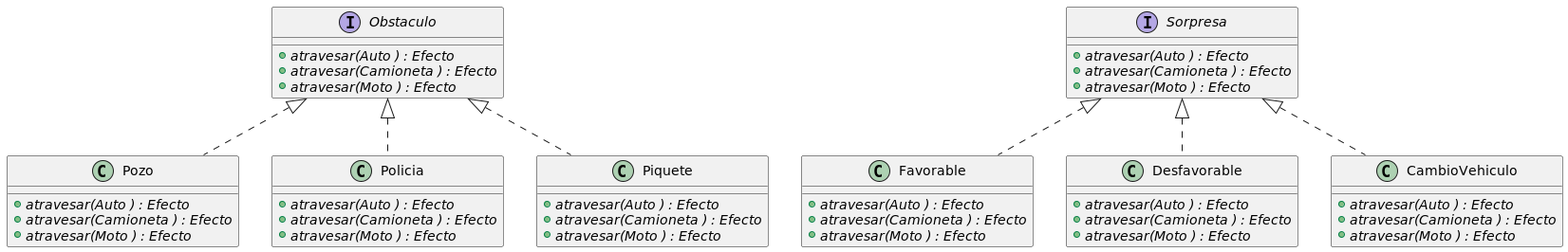
Before: diagrams/classes/diagramaClases3.png, a diagram exported from PlantUML (JorgeSedek/algo3_tp2).
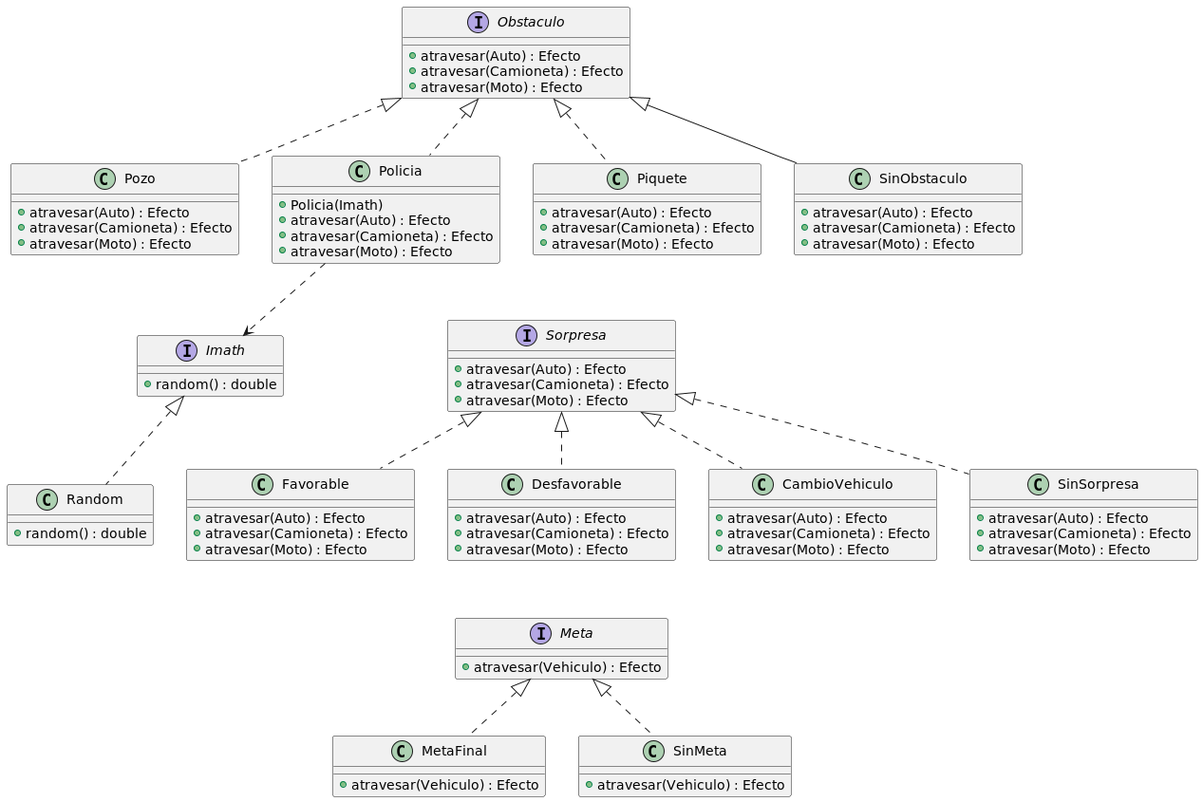
After the change.

Commit message:
Agrego diagramas de clases

What changed in the source:
```diff
@@ -1,58 +1,98 @@
 @startuml
 interface Obstaculo{
- +    atravesar(Auto ) : Efecto {abstract}
-   +  atravesar(Camioneta ) : Efecto {abstract}
-    + atravesar(Moto ) : Efecto {abstract}
+    + atravesar(Auto) : Efecto
+    + atravesar(Camioneta) : Efecto
+    + atravesar(Moto) : Efecto
 }
 
 class Pozo{
- +    atravesar(Auto ) : Efecto {abstract}
-   +  atravesar(Camioneta ) : Efecto {abstract}
-    + atravesar(Moto ) : Efecto {abstract}
+    + atravesar(Auto) : Efecto
+    + atravesar(Camioneta) : Efecto
+    + atravesar(Moto) : Efecto
 }
 
 class Policia{
- +    atravesar(Auto ) : Efecto {abstract}
-   +  atravesar(Camioneta ) : Efecto {abstract}
-    + atravesar(Moto ) : Efecto {abstract}
+    + Policia(Imath)
+    + atravesar(Auto) : Efecto
+    + atravesar(Camioneta) : Efecto
+    + atravesar(Moto) : Efecto
 }
 
 class Piquete{
- +    atravesar(Auto ) : Efecto {abstract}
-   +  atravesar(Camioneta ) : Efecto {abstract}
-    + atravesar(Moto ) : Efecto {abstract}
+    + atravesar(Auto) : Efecto
+    + atravesar(Camioneta) : Efecto
+    + atravesar(Moto) : Efecto
+}
+
+class SinObstaculo{
+    + atravesar(Auto) : Efecto
+    + atravesar(Camioneta) : Efecto
+    + atravesar(Moto) : Efecto
+}
+
+interface Imath {
+    + random() : double
+}
+class Random {
+    + random() : double
 }
 
 Obstaculo <|.. Pozo
 Obstaculo <|.. Policia
 Obstaculo <|.. Piquete
+Obstaculo <|-- SinObstaculo
+Policia ..> Imath
+Imath <|.. Random
 
 interface Sorpresa{
- +    atravesar(Auto ) : Efecto {abstract}
-   +  atravesar(Camioneta ) : Efecto {abstract}
-    + atravesar(Moto ) : Efecto {abstract}
+    + atravesar(Auto) : Efecto
+    + atravesar(Camioneta) : Efecto
+    + atravesar(Moto) : Efecto
 }
 
 class Favorable{
- +    atravesar(Auto ) : Efecto {abstract}
-   +  atravesar(Camioneta ) : Efecto {abstract}
-    + atravesar(Moto ) : Efecto {abstract}
+    + atravesar(Auto) : Efecto
+    + atravesar(Camioneta) : Efecto
+    + atravesar(Moto) : Efecto
 }
 
 class Desfavorable{
- +    atravesar(Auto ) : Efecto {abstract}
-   +  atravesar(Camioneta ) : Efecto {abstract}
-    + atravesar(Moto ) : Efecto {abstract}
+    + atravesar(Auto) : Efecto
+    + atravesar(Camioneta) : Efecto
+    + atravesar(Moto) : Efecto
 }
 
 class CambioVehiculo{
- +    atravesar(Auto ) : Efecto {abstract}
-   +  atravesar(Camioneta ) : Efecto {abstract}
-    + atravesar(Moto ) : Efecto {abstract}
+    + atravesar(Auto) : Efecto
+    + atravesar(Camioneta) : Efecto
+    + atravesar(Moto) : Efecto
 }
 
+class SinSorpresa {
+    + atravesar(Auto) : Efecto
+    + atravesar(Camioneta) : Efecto
+    + atravesar(Moto) : Efecto
+}
 
 Sorpresa <|.. Favorable
 Sorpresa <|.. Desfavorable
 Sorpresa <|.. CambioVehiculo
+Sorpresa <|.. SinSorpresa
+
+Policia -[hidden]-> Sorpresa
+
+interface Meta {
+    + atravesar(Vehiculo) : Efecto
+}
+class MetaFinal {
+    + atravesar(Vehiculo) : Efecto
+}
+class SinMeta {
+    + atravesar(Vehiculo) : Efecto
+}
+Meta <|.. MetaFinal
+Meta <|.. SinMeta
+
+Desfavorable -[hidden]-> Meta
+
 @enduml
```
